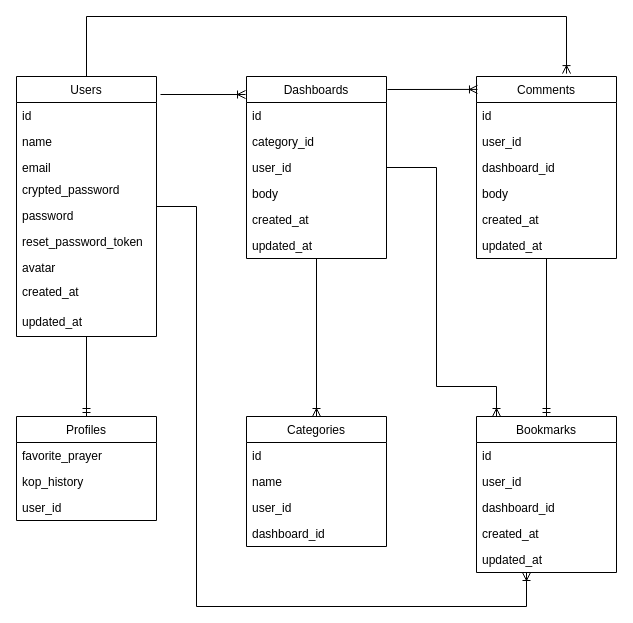
Earlier version of the draw.io diagram er.drawio (sasakix69/You_Will_Never_Walk_Alone). Source tidied: cells renumbered, new cells numbered last; positions are measured from the earlier drawing's top-left corner, leaving out a move shared by most shapes. Both pictures are drawn from the tidied source at 100%, with x=0, y=0 at pixel (16, 16).
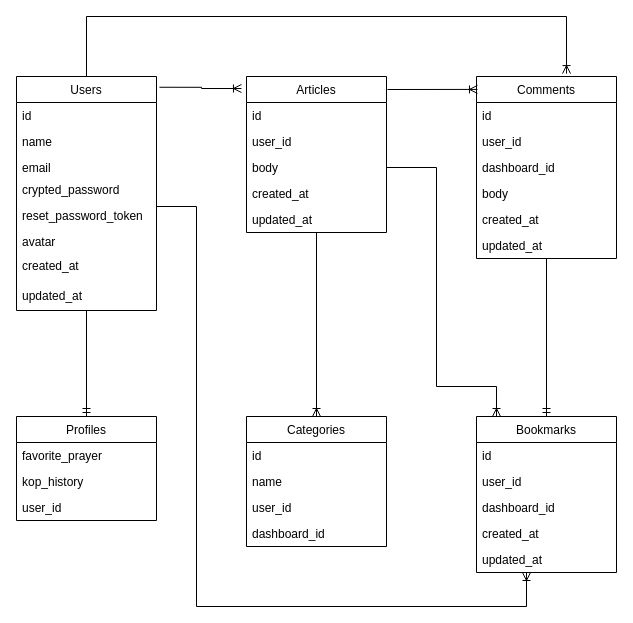
The same diagram, later.

The edit, as a diff of the source:
```diff
@@
-    <mxCell id="2" style="edgeStyle=none;rounded=0;jettySize=auto;html=1;entryX=-0.007;entryY=0.099;entryDx=0;entryDy=0;entryPerimeter=0;endArrow=ERoneToMany;endFill=0;" parent="1" edge="1" target="34">
-      <mxGeometry relative="1" as="geometry">
-        <mxPoint x="144" y="78" as="sourcePoint" />
-        <Array as="points">
-          <mxPoint x="144" y="78" />
-        </Array>
-      </mxGeometry>
-    </mxCell>
@@
+    <mxCell id="49" style="edgeStyle=orthogonalEdgeStyle;rounded=0;jettySize=auto;html=1;entryX=-0.036;entryY=0.077;entryDx=0;entryDy=0;entryPerimeter=0;endArrow=ERoneToMany;endFill=0;exitX=1.021;exitY=0.046;exitDx=0;exitDy=0;exitPerimeter=0;" parent="1" edge="1" source="6" target="34">
+      <mxGeometry relative="1" as="geometry">
+        <Array as="points">
+          <mxPoint x="185" y="71" />
+          <mxPoint x="185" y="72" />
+        </Array>
+      </mxGeometry>
+    </mxCell>
     <mxCell id="6" value="Users" style="swimlane;fontStyle=0;horizontal=1;startSize=26;fillColor=none;" parent="1" vertex="1">
-      <mxGeometry y="60" width="140" height="260" as="geometry" />
+      <mxGeometry y="60" width="140" height="234" as="geometry" />
     </mxCell>
@@
-    <mxCell id="11" value="password" style="text;strokeColor=none;fillColor=none;align=left;verticalAlign=top;spacingLeft=4;spacingRight=4;overflow=hidden;" parent="6" vertex="1">
-      <mxGeometry y="126" width="140" height="26" as="geometry" />
-    </mxCell>
     <mxCell id="12" value="reset_password_token" style="text;strokeColor=none;fillColor=none;align=left;verticalAlign=top;spacingLeft=4;spacingRight=4;overflow=hidden;" parent="6" vertex="1">
-      <mxGeometry y="152" width="140" height="26" as="geometry" />
+      <mxGeometry y="126" width="140" height="26" as="geometry" />
     </mxCell>
     <mxCell id="13" value="avatar" style="text;strokeColor=none;fillColor=none;align=left;verticalAlign=top;spacingLeft=4;spacingRight=4;overflow=hidden;" parent="6" vertex="1">
-      <mxGeometry y="178" width="140" height="24" as="geometry" />
+      <mxGeometry y="152" width="140" height="24" as="geometry" />
     </mxCell>
     <mxCell id="14" value="created_at" style="text;strokeColor=none;fillColor=none;align=left;verticalAlign=top;spacingLeft=4;spacingRight=4;overflow=hidden;" parent="6" vertex="1">
-      <mxGeometry y="202" width="140" height="30" as="geometry" />
+      <mxGeometry y="176" width="140" height="30" as="geometry" />
     </mxCell>
     <mxCell id="15" value="updated_at" style="text;strokeColor=none;fillColor=none;align=left;verticalAlign=top;spacingLeft=4;spacingRight=4;overflow=hidden;" parent="6" vertex="1">
-      <mxGeometry y="232" width="140" height="28" as="geometry" />
+      <mxGeometry y="206" width="140" height="28" as="geometry" />
     </mxCell>
@@
-    <mxCell id="34" value="Dashboards" style="swimlane;fontStyle=0;horizontal=1;startSize=26;fillColor=none;" parent="1" vertex="1">
-      <mxGeometry x="230" y="60" width="140" height="182" as="geometry" />
+    <mxCell id="34" value="Articles" style="swimlane;fontStyle=0;horizontal=1;startSize=26;fillColor=none;" parent="1" vertex="1">
+      <mxGeometry x="230" y="60" width="140" height="156" as="geometry" />
     </mxCell>
@@
-    <mxCell id="36" value="category_id" style="text;strokeColor=none;fillColor=none;align=left;verticalAlign=top;spacingLeft=4;spacingRight=4;overflow=hidden;" parent="34" vertex="1">
-      <mxGeometry y="52" width="140" height="26" as="geometry" />
-    </mxCell>
     <mxCell id="37" value="user_id" style="text;strokeColor=none;fillColor=none;align=left;verticalAlign=top;spacingLeft=4;spacingRight=4;overflow=hidden;" parent="34" vertex="1">
-      <mxGeometry y="78" width="140" height="26" as="geometry" />
+      <mxGeometry y="52" width="140" height="26" as="geometry" />
     </mxCell>
     <mxCell id="38" value="body" style="text;strokeColor=none;fillColor=none;align=left;verticalAlign=top;spacingLeft=4;spacingRight=4;overflow=hidden;" parent="34" vertex="1">
-      <mxGeometry y="104" width="140" height="26" as="geometry" />
+      <mxGeometry y="78" width="140" height="26" as="geometry" />
     </mxCell>
     <mxCell id="39" value="created_at" style="text;strokeColor=none;fillColor=none;align=left;verticalAlign=top;spacingLeft=4;spacingRight=4;overflow=hidden;" parent="34" vertex="1">
-      <mxGeometry y="130" width="140" height="26" as="geometry" />
+      <mxGeometry y="104" width="140" height="26" as="geometry" />
     </mxCell>
     <mxCell id="40" value="updated_at" style="text;strokeColor=none;fillColor=none;align=left;verticalAlign=top;spacingLeft=4;spacingRight=4;overflow=hidden;" parent="34" vertex="1">
-      <mxGeometry y="156" width="140" height="26" as="geometry" />
+      <mxGeometry y="130" width="140" height="26" as="geometry" />
     </mxCell>
```
